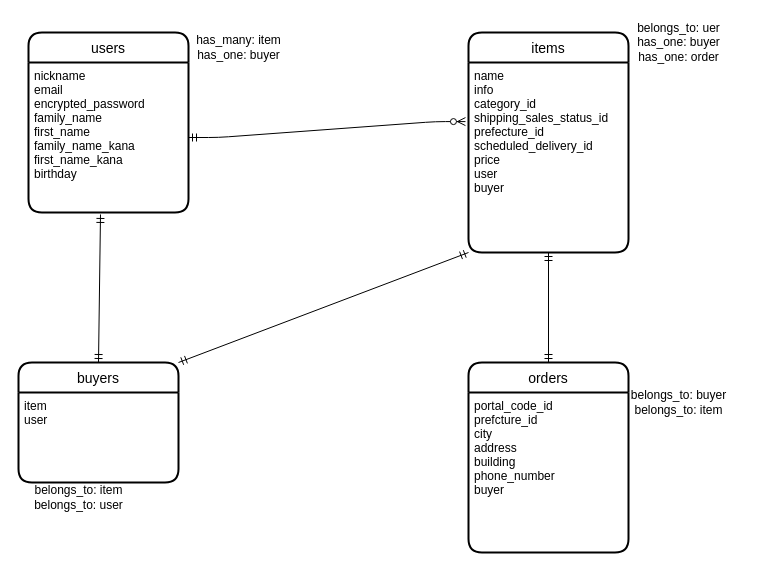
Earlier version of the draw.io diagram db.dio (Jun922/furima-34716). Source tidied: cells renumbered, new cells numbered last; positions are measured from the earlier drawing's top-left corner, leaving out a move shared by most shapes. Both pictures are drawn from the tidied source at 100%, with x=0, y=0 at pixel (18, 17).
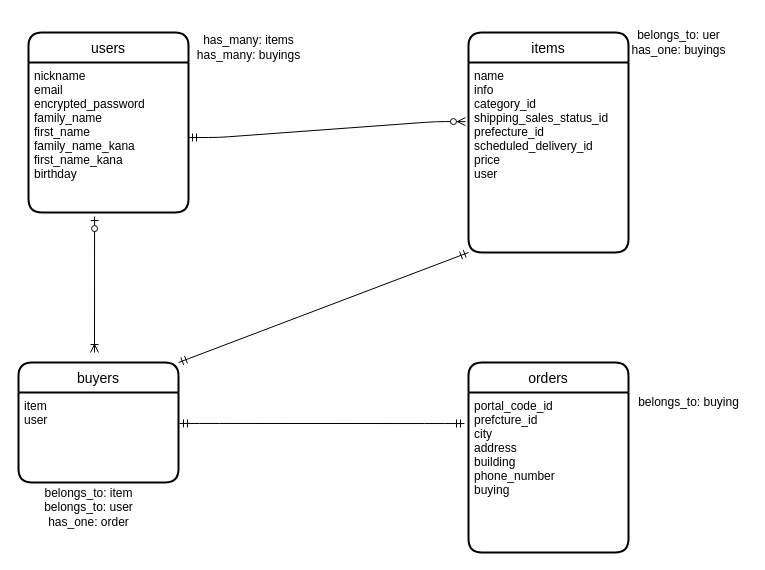
Above is the later version.

What changed in the source:
```diff
@@
 <mxGraphModel>
   <root>
     <mxCell id="0" />
     <mxCell id="1" parent="0" />
     <mxCell id="2" value="users" style="swimlane;horizontal=1;startSize=30;rounded=1;fontSize=14;fontStyle=0;strokeWidth=2;shadow=0;dashed=0;align=center;" parent="1" vertex="1">
       <mxGeometry x="10" y="15" width="160" height="180" as="geometry" />
     </mxCell>
     <mxCell id="3" value="nickname&#10;email&#10;encrypted_password&#10;family_name&#10;first_name&#10;family_name_kana&#10;first_name_kana&#10;birthday" style="align=left;strokeColor=none;fillColor=none;spacingLeft=4;fontSize=12;verticalAlign=top;" parent="2" vertex="1">
       <mxGeometry y="30" width="160" height="150" as="geometry" />
     </mxCell>
     <mxCell id="4" value="items" style="swimlane;horizontal=1;startSize=30;rounded=1;fontSize=14;fontStyle=0;strokeWidth=2;shadow=0;dashed=0;align=center;" parent="1" vertex="1">
       <mxGeometry x="450" y="15" width="160" height="220" as="geometry" />
     </mxCell>
-    <mxCell id="5" value="name&#10;info&#10;category_id&#10;shipping_sales_status_id&#10;prefecture_id&#10;scheduled_delivery_id&#10;price&#10;user&#10;buyer" style="align=left;strokeColor=none;fillColor=none;spacingLeft=4;fontSize=12;verticalAlign=top;fontStyle=0;" parent="4" vertex="1">
+    <mxCell id="5" value="name&#10;info&#10;category_id&#10;shipping_sales_status_id&#10;prefecture_id&#10;scheduled_delivery_id&#10;price&#10;user" style="align=left;strokeColor=none;fillColor=none;spacingLeft=4;fontSize=12;verticalAlign=top;fontStyle=0;" parent="4" vertex="1">
       <mxGeometry y="30" width="160" height="190" as="geometry" />
     </mxCell>
     <mxCell id="6" value="buyers" style="swimlane;horizontal=1;startSize=30;rounded=1;fontSize=14;fontStyle=0;strokeWidth=2;shadow=0;dashed=0;align=center;" parent="1" vertex="1">
       <mxGeometry y="345" width="160" height="120" as="geometry" />
     </mxCell>
     <mxCell id="7" value="item&#10;user" style="align=left;strokeColor=none;fillColor=none;spacingLeft=4;fontSize=12;verticalAlign=top;" parent="6" vertex="1">
       <mxGeometry y="30" width="160" height="90" as="geometry" />
     </mxCell>
     <mxCell id="8" value="orders" style="swimlane;horizontal=1;startSize=30;rounded=1;fontSize=14;fontStyle=0;strokeWidth=2;shadow=0;dashed=0;align=center;" parent="1" vertex="1">
       <mxGeometry x="450" y="345" width="160" height="190" as="geometry" />
     </mxCell>
-    <mxCell id="9" value="portal_code_id&#10;prefcture_id&#10;city&#10;address&#10;building&#10;phone_number&#10;buyer" style="align=left;strokeColor=none;fillColor=none;spacingLeft=4;fontSize=12;verticalAlign=top;" parent="8" vertex="1">
+    <mxCell id="9" value="portal_code_id&#10;prefcture_id&#10;city&#10;address&#10;building&#10;phone_number&#10;buying" style="align=left;strokeColor=none;fillColor=none;spacingLeft=4;fontSize=12;verticalAlign=top;" parent="8" vertex="1">
       <mxGeometry y="30" width="160" height="160" as="geometry" />
     </mxCell>
     <mxCell id="10" style="edgeStyle=entityRelationEdgeStyle;fontSize=12;html=1;endArrow=ERzeroToMany;startArrow=ERmandOne;exitX=1;exitY=0.5;exitDx=0;exitDy=0;entryX=-0.019;entryY=0.311;entryDx=0;entryDy=0;entryPerimeter=0;" parent="1" edge="1" source="3" target="5">
       <mxGeometry relative="1" as="geometry" />
     </mxCell>
     <mxCell id="11" style="fontSize=12;html=1;endArrow=ERmandOne;startArrow=ERmandOne;exitX=1;exitY=0;exitDx=0;exitDy=0;entryX=0;entryY=1;entryDx=0;entryDy=0;" parent="1" edge="1" source="6" target="5">
       <mxGeometry relative="1" as="geometry" />
     </mxCell>
-    <mxCell id="12" value="has_many: item&lt;br&gt;has_one: buyer" style="text;html=1;align=center;verticalAlign=middle;" parent="1" vertex="1">
-      <mxGeometry x="170" y="15" width="100" height="30" as="geometry" />
+    <mxCell id="12" value="has_many: items&lt;br&gt;has_many: buyings" style="text;html=1;align=center;verticalAlign=middle;" parent="1" vertex="1">
+      <mxGeometry x="170" y="15" width="120" height="30" as="geometry" />
     </mxCell>
-    <mxCell id="13" value="belongs_to: uer&lt;br&gt;has_one: buyer&lt;br&gt;has_one: order" style="text;html=1;align=center;verticalAlign=middle;" parent="1" vertex="1">
-      <mxGeometry x="610" width="100" height="50" as="geometry" />
+    <mxCell id="13" value="belongs_to: uer&lt;br&gt;has_one: buyings" style="text;html=1;align=center;verticalAlign=middle;" parent="1" vertex="1">
+      <mxGeometry x="605" y="10" width="110" height="30" as="geometry" />
     </mxCell>
-    <mxCell id="14" value="belongs_to: item&lt;br&gt;belongs_to: user" style="text;html=1;align=center;verticalAlign=middle;" parent="1" vertex="1">
-      <mxGeometry x="10" y="465" width="100" height="30" as="geometry" />
+    <mxCell id="14" value="belongs_to: item&lt;br&gt;belongs_to: user&lt;br&gt;has_one: order" style="text;html=1;align=center;verticalAlign=middle;" parent="1" vertex="1">
+      <mxGeometry x="20" y="465" width="100" height="50" as="geometry" />
     </mxCell>
-    <mxCell id="15" value="belongs_to: buyer&lt;br&gt;belongs_to: item" style="text;html=1;align=center;verticalAlign=middle;" parent="1" vertex="1">
-      <mxGeometry x="605" y="370" width="110" height="30" as="geometry" />
+    <mxCell id="15" value="belongs_to: buying" style="text;html=1;align=center;verticalAlign=middle;" parent="1" vertex="1">
+      <mxGeometry x="610" y="375" width="120" height="20" as="geometry" />
     </mxCell>
-    <mxCell id="16" style="fontSize=12;html=1;endArrow=ERmandOne;startArrow=ERmandOne;exitX=0.5;exitY=0;exitDx=0;exitDy=0;entryX=0.45;entryY=1.013;entryDx=0;entryDy=0;entryPerimeter=0;" parent="1" edge="1" source="6" target="3">
-      <mxGeometry relative="1" as="geometry" />
-    </mxCell>
-    <mxCell id="17" style="fontSize=12;html=1;endArrow=ERmandOne;startArrow=ERmandOne;entryX=0.5;entryY=1;entryDx=0;entryDy=0;exitX=0.5;exitY=0;exitDx=0;exitDy=0;" parent="1" edge="1" source="8" target="5">
-      <mxGeometry relative="1" as="geometry" />
-    </mxCell>
+    <mxCell id="18" style="edgeStyle=entityRelationEdgeStyle;fontSize=12;html=1;endArrow=ERmandOne;startArrow=ERmandOne;exitX=1.006;exitY=0.344;exitDx=0;exitDy=0;exitPerimeter=0;entryX=-0.025;entryY=0.194;entryDx=0;entryDy=0;entryPerimeter=0;" parent="1" edge="1" source="7" target="9">
+      <mxGeometry relative="1" as="geometry" />
+    </mxCell>
+    <mxCell id="19" style="fontSize=12;html=1;endArrow=ERoneToMany;startArrow=ERzeroToOne;exitX=0.413;exitY=1.027;exitDx=0;exitDy=0;exitPerimeter=0;" parent="1" edge="1" source="3">
+      <mxGeometry relative="1" as="geometry">
+        <mxPoint x="76" y="335" as="targetPoint" />
+      </mxGeometry>
+    </mxCell>
   </root>
 </mxGraphModel>
```
